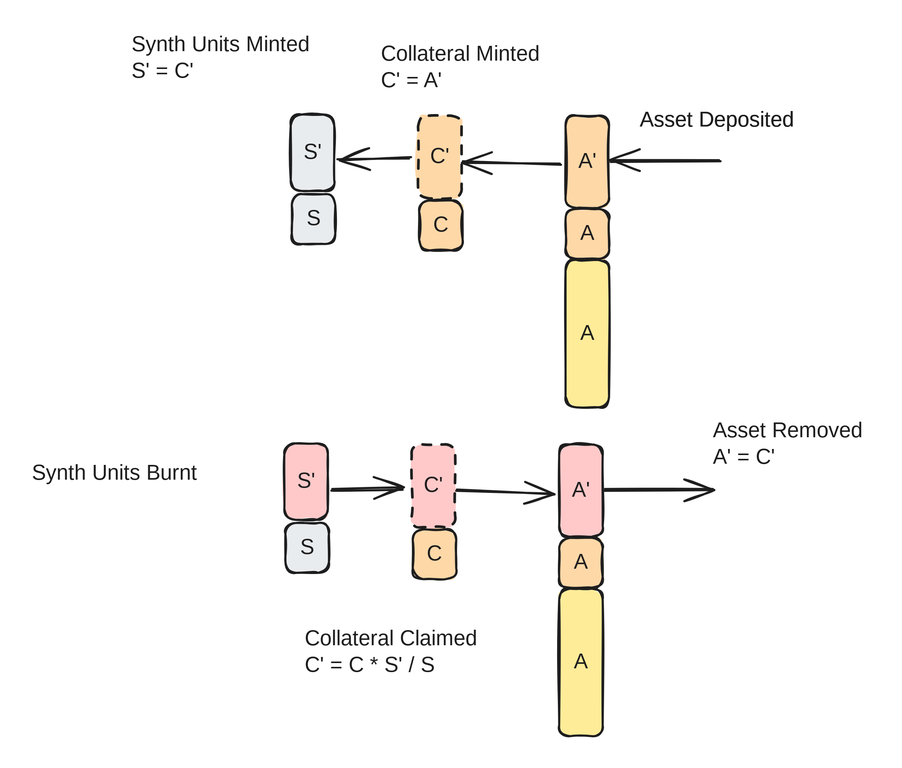
The Excalidraw diagram .gitbook/assets/file.excalidraw (14).svg in decaswap-labs/docs, before a commit. Source tidied: one line per element, renumbered; positions are measured from the earlier drawing's top-left corner, leaving out a move shared by most shapes. The source it was exported from:
```json
{"id": 0, "type": "rectangle", "strokeColor": "#1e1e1e", "backgroundColor": "#ffec99", "fillStyle": "solid", "strokeWidth": 2, "roughness": 1, "round": true, "x": 503, "y": 215, "width": 41, "height": 139}
{"id": 1, "type": "text", "text": "A", "strokeColor": "#1e1e1e", "backgroundColor": "#ffec99", "fillStyle": "solid", "strokeWidth": 2, "roughness": 1, "fontSize": 20, "fontFamily": 1, "textAlign": "center", "verticalAlign": "middle", "inside": 0, "x": 517, "y": 272, "width": 13, "height": 25}
{"id": 2, "type": "rectangle", "strokeColor": "#1e1e1e", "backgroundColor": "#ffd8a8", "fillStyle": "solid", "strokeWidth": 2, "roughness": 1, "round": true, "x": 503, "y": 79, "width": 41, "height": 87}
{"id": 3, "type": "text", "text": "A'", "strokeColor": "#1e1e1e", "backgroundColor": "#ffec99", "fillStyle": "solid", "strokeWidth": 2, "roughness": 1, "fontSize": 20, "fontFamily": 1, "textAlign": "center", "verticalAlign": "middle", "inside": 2, "x": 514, "y": 110, "width": 18, "height": 25}
{"id": 4, "type": "rectangle", "strokeColor": "#1e1e1e", "backgroundColor": "#ffd8a8", "fillStyle": "solid", "strokeWidth": 2, "strokeStyle": "dashed", "roughness": 1, "round": true, "x": 364, "y": 79, "width": 41, "height": 78}
{"id": 5, "type": "text", "text": "C'", "strokeColor": "#1e1e1e", "backgroundColor": "#ffec99", "fillStyle": "solid", "strokeWidth": 2, "roughness": 1, "fontSize": 20, "fontFamily": 1, "textAlign": "center", "verticalAlign": "middle", "inside": 4, "x": 375, "y": 106, "width": 18, "height": 25}
{"id": 6, "type": "rectangle", "strokeColor": "#1e1e1e", "backgroundColor": "#e9ecef", "fillStyle": "solid", "strokeWidth": 2, "roughness": 1, "round": true, "x": 244, "y": 78, "width": 41, "height": 72}
{"id": 7, "type": "text", "text": "S'", "strokeColor": "#1e1e1e", "backgroundColor": "#ffec99", "fillStyle": "solid", "strokeWidth": 2, "roughness": 1, "fontSize": 20, "fontFamily": 1, "textAlign": "center", "verticalAlign": "middle", "inside": 6, "x": 256, "y": 102, "width": 17, "height": 25}
{"id": 8, "type": "arrow", "strokeColor": "#1e1e1e", "backgroundColor": "#e9ecef", "fillStyle": "solid", "strokeWidth": 2, "roughness": 1, "endArrowhead": "arrow", "round": true, "from": 2, "to": 4, "x": 498, "y": 125, "width": 92, "height": 3, "points": [[0, 0], [-92, -3]]}
{"id": 9, "type": "arrow", "strokeColor": "#1e1e1e", "backgroundColor": "#e9ecef", "fillStyle": "solid", "strokeWidth": 2, "roughness": 1, "endArrowhead": "arrow", "round": true, "from": 4, "to": 6, "x": 356, "y": 120, "width": 67, "height": 1, "points": [[0, 0], [-67, 1]]}
{"id": 10, "type": "arrow", "strokeColor": "#1e1e1e", "backgroundColor": "#e9ecef", "fillStyle": "solid", "strokeWidth": 2, "roughness": 1, "endArrowhead": "arrow", "round": true, "to": 2, "x": 649, "y": 122, "width": 104, "height": 0, "points": [[0, 0], [-104, 0]]}
{"id": 11, "type": "text", "text": "Asset Deposited", "strokeColor": "#1e1e1e", "backgroundColor": "#e9ecef", "fillStyle": "solid", "strokeWidth": 2, "roughness": 1, "fontSize": 20, "fontFamily": 1, "x": 573, "y": 71, "width": 163, "height": 25}
{"id": 12, "type": "text", "text": "Collateral Minted\nC' = A'", "strokeColor": "#1e1e1e", "backgroundColor": "#e9ecef", "fillStyle": "solid", "strokeWidth": 2, "roughness": 1, "fontSize": 20, "fontFamily": 1, "x": 329, "y": 9, "width": 170, "height": 50}
{"id": 13, "type": "text", "text": "Synth Units Minted\nS' = C'", "strokeColor": "#1e1e1e", "backgroundColor": "#e9ecef", "fillStyle": "solid", "strokeWidth": 2, "roughness": 1, "fontSize": 20, "fontFamily": 1, "x": 94, "y": 0, "width": 185, "height": 50}
{"id": 14, "type": "rectangle", "strokeColor": "#1e1e1e", "backgroundColor": "#ffd8a8", "fillStyle": "solid", "strokeWidth": 2, "roughness": 1, "round": true, "x": 503, "y": 167, "width": 41, "height": 47}
{"id": 15, "type": "text", "text": "A", "strokeColor": "#1e1e1e", "backgroundColor": "#ffec99", "fillStyle": "solid", "strokeWidth": 2, "roughness": 1, "fontSize": 20, "fontFamily": 1, "textAlign": "center", "verticalAlign": "middle", "inside": 14, "x": 517, "y": 178, "width": 13, "height": 25}
{"id": 16, "type": "rectangle", "strokeColor": "#1e1e1e", "backgroundColor": "#ffd8a8", "fillStyle": "solid", "strokeWidth": 2, "roughness": 1, "round": true, "x": 365, "y": 159, "width": 41, "height": 47}
{"id": 17, "type": "text", "text": "C", "strokeColor": "#1e1e1e", "backgroundColor": "#ffec99", "fillStyle": "solid", "strokeWidth": 2, "roughness": 1, "fontSize": 20, "fontFamily": 1, "textAlign": "center", "verticalAlign": "middle", "inside": 16, "x": 379, "y": 170, "width": 13, "height": 25}
{"id": 18, "type": "text", "text": "Asset Deposited", "strokeColor": "#1e1e1e", "backgroundColor": "#e9ecef", "fillStyle": "solid", "strokeWidth": 2, "roughness": 1, "fontSize": 20, "fontFamily": 1, "x": 573, "y": 71, "width": 163, "height": 25}
{"id": 19, "type": "rectangle", "strokeColor": "#1e1e1e", "backgroundColor": "#e9ecef", "fillStyle": "solid", "strokeWidth": 2, "roughness": 1, "round": true, "x": 245, "y": 153, "width": 41, "height": 47}
{"id": 20, "type": "text", "text": "S", "strokeColor": "#1e1e1e", "backgroundColor": "#ffec99", "fillStyle": "solid", "strokeWidth": 2, "roughness": 1, "fontSize": 20, "fontFamily": 1, "textAlign": "center", "verticalAlign": "middle", "inside": 19, "x": 259, "y": 164, "width": 12, "height": 25}
{"id": 21, "type": "rectangle", "strokeColor": "#1e1e1e", "backgroundColor": "#ffec99", "fillStyle": "solid", "strokeWidth": 2, "roughness": 1, "round": true, "x": 497, "y": 525, "width": 41, "height": 139}
{"id": 22, "type": "text", "text": "A", "strokeColor": "#1e1e1e", "backgroundColor": "#ffec99", "fillStyle": "solid", "strokeWidth": 2, "roughness": 1, "fontSize": 20, "fontFamily": 1, "textAlign": "center", "verticalAlign": "middle", "inside": 21, "x": 511, "y": 582, "width": 13, "height": 25}
{"id": 23, "type": "rectangle", "strokeColor": "#1e1e1e", "backgroundColor": "#ffc9c9", "fillStyle": "solid", "strokeWidth": 2, "roughness": 1, "round": true, "x": 497, "y": 389, "width": 41, "height": 87}
{"id": 24, "type": "text", "text": "A'", "strokeColor": "#1e1e1e", "backgroundColor": "#ffec99", "fillStyle": "solid", "strokeWidth": 2, "roughness": 1, "fontSize": 20, "fontFamily": 1, "textAlign": "center", "verticalAlign": "middle", "inside": 23, "x": 508, "y": 420, "width": 18, "height": 25}
{"id": 25, "type": "rectangle", "strokeColor": "#1e1e1e", "backgroundColor": "#ffc9c9", "fillStyle": "solid", "strokeWidth": 2, "strokeStyle": "dashed", "roughness": 1, "round": true, "x": 358, "y": 389, "width": 41, "height": 78}
{"id": 26, "type": "text", "text": "C'", "strokeColor": "#1e1e1e", "backgroundColor": "#ffec99", "fillStyle": "solid", "strokeWidth": 2, "roughness": 1, "fontSize": 20, "fontFamily": 1, "textAlign": "center", "verticalAlign": "middle", "inside": 25, "x": 369, "y": 416, "width": 18, "height": 25}
{"id": 27, "type": "rectangle", "strokeColor": "#1e1e1e", "backgroundColor": "#ffc9c9", "fillStyle": "solid", "strokeWidth": 2, "roughness": 1, "round": true, "x": 238, "y": 388, "width": 41, "height": 72}
{"id": 28, "type": "text", "text": "S'", "strokeColor": "#1e1e1e", "backgroundColor": "#ffec99", "fillStyle": "solid", "strokeWidth": 2, "roughness": 1, "fontSize": 20, "fontFamily": 1, "textAlign": "center", "verticalAlign": "middle", "inside": 27, "x": 250, "y": 412, "width": 17, "height": 25}
{"id": 29, "type": "arrow", "strokeColor": "#1e1e1e", "backgroundColor": "#e9ecef", "fillStyle": "solid", "strokeWidth": 2, "roughness": 1, "startArrowhead": "arrow", "round": true, "from": 23, "to": 25, "x": 492, "y": 435, "width": 92, "height": 3, "points": [[0, 0], [-92, -3]]}
{"id": 30, "type": "arrow", "strokeColor": "#1e1e1e", "backgroundColor": "#e9ecef", "fillStyle": "solid", "strokeWidth": 2, "roughness": 1, "startArrowhead": "arrow", "round": true, "from": 25, "to": 27, "x": 350, "y": 430, "width": 67, "height": 1, "points": [[0, 0], [-67, 1]]}
{"id": 31, "type": "arrow", "strokeColor": "#1e1e1e", "backgroundColor": "#e9ecef", "fillStyle": "solid", "strokeWidth": 2, "roughness": 1, "startArrowhead": "arrow", "round": true, "to": 23, "x": 643, "y": 432, "width": 104, "height": 0, "points": [[0, 0], [-104, 0]]}
{"id": 32, "type": "text", "text": "Asset Removed\nA' = C'", "strokeColor": "#1e1e1e", "backgroundColor": "#e9ecef", "fillStyle": "solid", "strokeWidth": 2, "roughness": 1, "fontSize": 20, "fontFamily": 1, "x": 642, "y": 364, "width": 148, "height": 50}
{"id": 33, "type": "text", "text": "Collateral Claimed\nC' = C * S' / S", "strokeColor": "#1e1e1e", "backgroundColor": "#e9ecef", "fillStyle": "solid", "strokeWidth": 2, "roughness": 1, "fontSize": 20, "fontFamily": 1, "x": 257, "y": 560, "width": 178, "height": 50}
{"id": 34, "type": "text", "text": "Synth Units Burnt", "strokeColor": "#1e1e1e", "backgroundColor": "#e9ecef", "fillStyle": "solid", "strokeWidth": 2, "roughness": 1, "fontSize": 20, "fontFamily": 1, "x": 0, "y": 404, "width": 177, "height": 25}
{"id": 35, "type": "rectangle", "strokeColor": "#1e1e1e", "backgroundColor": "#ffd8a8", "fillStyle": "solid", "strokeWidth": 2, "roughness": 1, "round": true, "x": 497, "y": 477, "width": 41, "height": 47}
{"id": 36, "type": "text", "text": "A", "strokeColor": "#1e1e1e", "backgroundColor": "#ffec99", "fillStyle": "solid", "strokeWidth": 2, "roughness": 1, "fontSize": 20, "fontFamily": 1, "textAlign": "center", "verticalAlign": "middle", "inside": 35, "x": 511, "y": 488, "width": 13, "height": 25}
{"id": 37, "type": "rectangle", "strokeColor": "#1e1e1e", "backgroundColor": "#ffd8a8", "fillStyle": "solid", "strokeWidth": 2, "roughness": 1, "round": true, "x": 359, "y": 469, "width": 41, "height": 47}
{"id": 38, "type": "text", "text": "C", "strokeColor": "#1e1e1e", "backgroundColor": "#ffec99", "fillStyle": "solid", "strokeWidth": 2, "roughness": 1, "fontSize": 20, "fontFamily": 1, "textAlign": "center", "verticalAlign": "middle", "inside": 37, "x": 373, "y": 480, "width": 13, "height": 25}
{"id": 39, "type": "rectangle", "strokeColor": "#1e1e1e", "backgroundColor": "#e9ecef", "fillStyle": "solid", "strokeWidth": 2, "roughness": 1, "round": true, "x": 239, "y": 463, "width": 41, "height": 47}
{"id": 40, "type": "text", "text": "S", "strokeColor": "#1e1e1e", "backgroundColor": "#ffec99", "fillStyle": "solid", "strokeWidth": 2, "roughness": 1, "fontSize": 20, "fontFamily": 1, "textAlign": "center", "verticalAlign": "middle", "inside": 39, "x": 253, "y": 474, "width": 12, "height": 25}
```
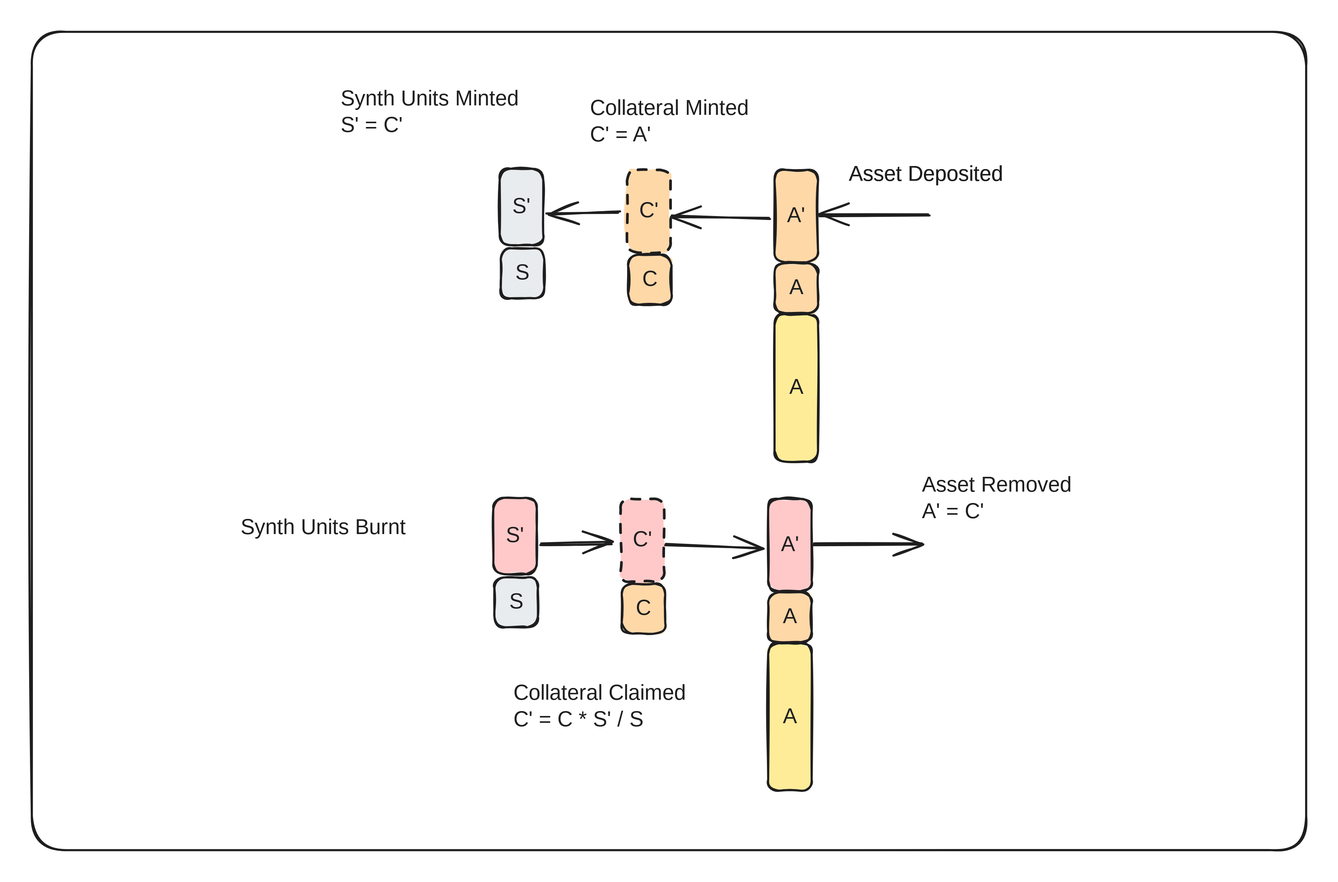
The same diagram one commit later.

The edit, as a diff of the source:
```diff
@@ -39,3 +39,4 @@
 {"id": 38, "type": "text", "text": "C", "strokeColor": "#1e1e1e", "backgroundColor": "#ffec99", "fillStyle": "solid", "strokeWidth": 2, "roughness": 1, "fontSize": 20, "fontFamily": 1, "textAlign": "center", "verticalAlign": "middle", "inside": 37, "x": 373, "y": 480, "width": 13, "height": 25}
 {"id": 39, "type": "rectangle", "strokeColor": "#1e1e1e", "backgroundColor": "#e9ecef", "fillStyle": "solid", "strokeWidth": 2, "roughness": 1, "round": true, "x": 239, "y": 463, "width": 41, "height": 47}
 {"id": 40, "type": "text", "text": "S", "strokeColor": "#1e1e1e", "backgroundColor": "#ffec99", "fillStyle": "solid", "strokeWidth": 2, "roughness": 1, "fontSize": 20, "fontFamily": 1, "textAlign": "center", "verticalAlign": "middle", "inside": 39, "x": 253, "y": 474, "width": 12, "height": 25}
+{"id": 41, "type": "rectangle", "strokeColor": "#1e1e1e", "strokeWidth": 2, "roughness": 1, "round": true, "x": -197, "y": -51, "width": 1201, "height": 771}
```
